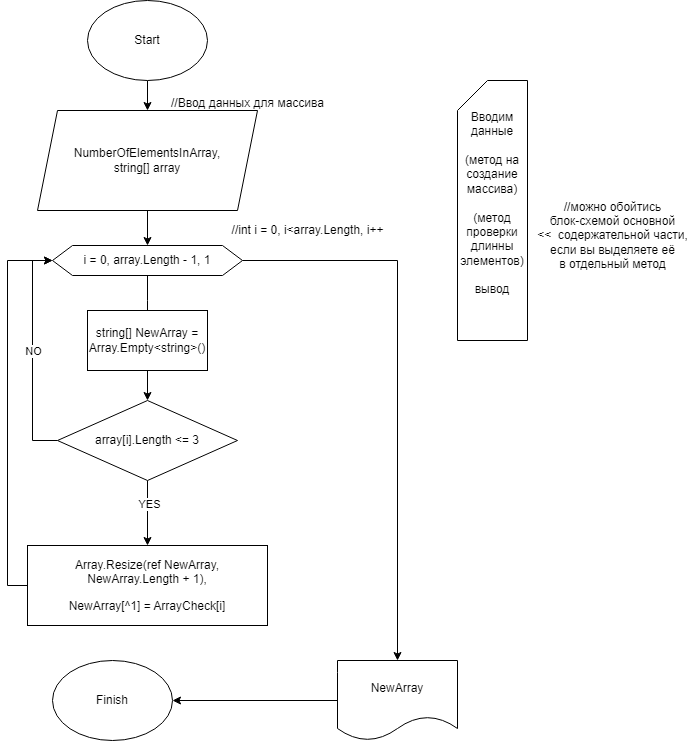
Before: Algorithm-block-diagram.png, a diagram exported from draw.io (Wafffelka/Final-work-on-the-core-block). Source tidied: cells renumbered, new cells last; positions are measured from the earlier drawing's top-left corner, leaving out a move shared by most shapes.
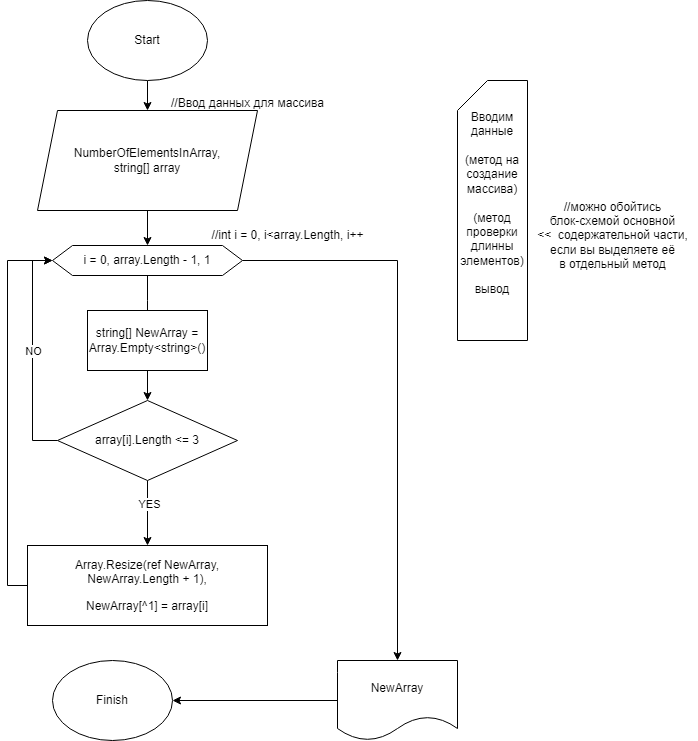
The same file after the commit.

Commit message:
mistake in the block diagram, corrected it.

The edit, as a diff of the source:
```diff
@@ -41,7 +41,7 @@
       <mxGeometry x="500" y="190" width="170" height="90" as="geometry" />
     </mxCell>
     <mxCell id="13" value="//int i = 0, i&amp;lt;array.Length, i++" style="text;html=1;align=center;verticalAlign=middle;strokeColor=none;fillColor=none;" parent="1" vertex="1">
-      <mxGeometry x="190" y="215" width="180" height="30" as="geometry" />
+      <mxGeometry x="170" y="220" width="180" height="30" as="geometry" />
     </mxCell>
     <mxCell id="14" style="edgeStyle=orthogonalEdgeStyle;rounded=0;jettySize=auto;html=1;exitX=0;exitY=0.5;exitDx=0;exitDy=0;entryX=0;entryY=0.5;entryDx=0;entryDy=0;" parent="1" edge="1" source="18" target="10">
       <mxGeometry relative="1" as="geometry" />
@@ -61,7 +61,7 @@
     <mxCell id="19" style="edgeStyle=orthogonalEdgeStyle;rounded=0;jettySize=auto;html=1;exitX=0;exitY=0.5;exitDx=0;exitDy=0;entryX=0;entryY=0.5;entryDx=0;entryDy=0;" parent="1" edge="1" source="20" target="10">
       <mxGeometry relative="1" as="geometry" />
     </mxCell>
-    <mxCell id="20" value="&lt;p&gt;Array.Resize(ref NewArray, NewArray.Length + 1),&lt;/p&gt;&lt;p&gt;&lt;span style=&quot;background-color: initial;&quot;&gt;NewArray[^1] = ArrayСheck[i]&lt;/span&gt;&lt;/p&gt;" style="rounded=0;whiteSpace=wrap;html=1;" parent="1" vertex="1">
+    <mxCell id="20" value="&lt;p&gt;Array.Resize(ref NewArray, NewArray.Length + 1),&lt;/p&gt;&lt;p&gt;&lt;span style=&quot;background-color: initial;&quot;&gt;NewArray[^1] = array[i]&lt;/span&gt;&lt;/p&gt;" style="rounded=0;whiteSpace=wrap;html=1;" parent="1" vertex="1">
       <mxGeometry y="545" width="240" height="80" as="geometry" />
     </mxCell>
     <mxCell id="21" style="edgeStyle=orthogonalEdgeStyle;rounded=0;jettySize=auto;html=1;exitX=0;exitY=0.5;exitDx=0;exitDy=0;entryX=1;entryY=0.5;entryDx=0;entryDy=0;" parent="1" edge="1" source="22" target="4">
```
